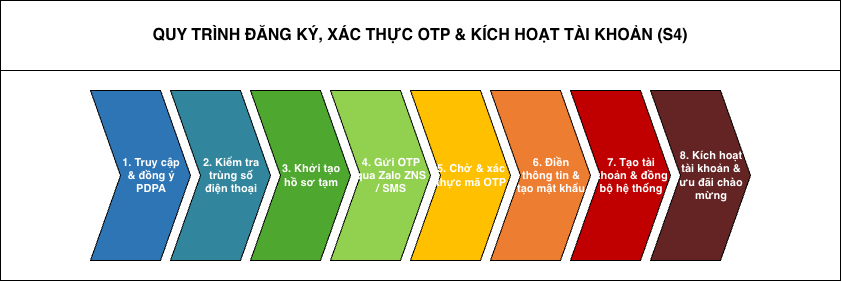
Above: docs/workspaces/NguyenCongHung/svg/bpmn-chevron-s4.drawio.png in anthinh-io/bpm-acfc-vietnam-analysis (draw.io), before the change. Source tidied: cells renumbered, new cells last; positions are measured from the earlier drawing's top-left corner, leaving out a move shared by most shapes.
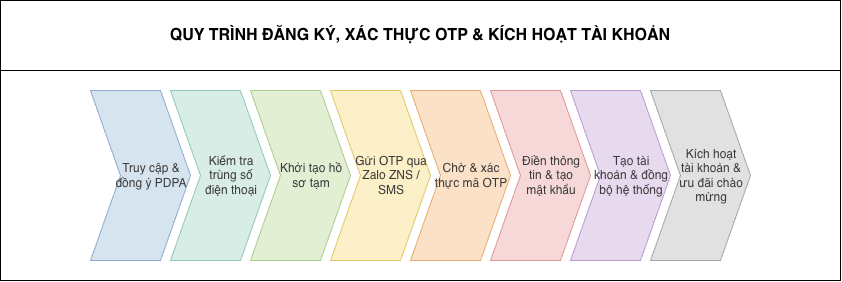
The same file after the commit.

The edit, as a diff of the source:
```diff
@@ -2,34 +2,34 @@
   <root>
     <mxCell id="0" />
     <mxCell id="1" parent="0" />
-    <mxCell id="2" value="QUY TRÌNH ĐĂNG KÝ, XÁC THỰC OTP &amp; KÍCH HOẠT TÀI KHOẢN (S4)" style="rounded=0;whiteSpace=wrap;html=1;align=center;verticalAlign=middle;fontSize=16;fontStyle=1;fontColor=#000000;" parent="1" vertex="1">
+    <mxCell id="2" value="QUY TRÌNH ĐĂNG KÝ, XÁC THỰC OTP &amp; KÍCH HOẠT TÀI KHOẢN" style="rounded=0;whiteSpace=wrap;html=1;align=center;verticalAlign=middle;fontSize=16;fontStyle=1;fontColor=#000000;" parent="1" vertex="1">
       <mxGeometry width="840" height="70" as="geometry" />
     </mxCell>
     <mxCell id="3" style="rounded=0;whiteSpace=wrap;html=1;" parent="1" vertex="1">
       <mxGeometry y="70" width="840" height="210" as="geometry" />
     </mxCell>
-    <mxCell id="4" value="1. Truy cập&lt;br&gt;&amp; đồng ý&lt;br&gt;PDPA" style="html=1;shadow=0;dashed=0;align=center;verticalAlign=middle;shape=mxgraph.arrows2.arrow;dy=0;dx=30;notch=30;whiteSpace=wrap;spacingLeft=22;fillColor=#2E75B6;strokeColor=#000000;fontColor=#ffffff;fontSize=11;fontStyle=1;" parent="1" vertex="1">
+    <mxCell id="4" value="Truy cập &amp;&lt;br&gt;đồng ý PDPA" style="html=1;shadow=0;dashed=0;align=center;verticalAlign=middle;shape=mxgraph.arrows2.arrow;dy=0;dx=30;notch=30;whiteSpace=wrap;spacingLeft=22;fillColor=#D6E4F0;strokeColor=#8FAAD1;fontColor=#3B3B3B;fontSize=12;fontStyle=0;" parent="1" vertex="1">
       <mxGeometry x="90" y="90" width="100" height="170" as="geometry" />
     </mxCell>
-    <mxCell id="5" value="2. Kiểm tra&lt;br&gt;trùng số&lt;br&gt;điện thoại" style="html=1;shadow=0;dashed=0;align=center;verticalAlign=middle;shape=mxgraph.arrows2.arrow;dy=0;dx=30;notch=30;whiteSpace=wrap;spacingLeft=22;fillColor=#31859C;strokeColor=#000000;fontColor=#ffffff;fontSize=11;fontStyle=1;" parent="1" vertex="1">
+    <mxCell id="5" value="Kiểm tra&lt;br&gt;trùng số&lt;br&gt;điện thoại" style="html=1;shadow=0;dashed=0;align=center;verticalAlign=middle;shape=mxgraph.arrows2.arrow;dy=0;dx=30;notch=30;whiteSpace=wrap;spacingLeft=22;fillColor=#D7EDE6;strokeColor=#8FCBB8;fontColor=#3B3B3B;fontSize=12;fontStyle=0;" parent="1" vertex="1">
       <mxGeometry x="170" y="90" width="100" height="170" as="geometry" />
     </mxCell>
-    <mxCell id="6" value="3. Khởi tạo&lt;br&gt;hồ sơ tạm" style="html=1;shadow=0;dashed=0;align=center;verticalAlign=middle;shape=mxgraph.arrows2.arrow;dy=0;dx=30;notch=30;whiteSpace=wrap;spacingLeft=22;fillColor=#4EA72E;strokeColor=#000000;fontColor=#ffffff;fontSize=11;fontStyle=1;" parent="1" vertex="1">
+    <mxCell id="6" value="Khởi tạo hồ&lt;br&gt;sơ tạm" style="html=1;shadow=0;dashed=0;align=center;verticalAlign=middle;shape=mxgraph.arrows2.arrow;dy=0;dx=30;notch=30;whiteSpace=wrap;spacingLeft=22;fillColor=#E3EFD3;strokeColor=#A9CC8F;fontColor=#3B3B3B;fontSize=12;fontStyle=0;" parent="1" vertex="1">
       <mxGeometry x="250" y="90" width="100" height="170" as="geometry" />
     </mxCell>
-    <mxCell id="7" value="4. Gửi OTP&lt;br&gt;qua Zalo ZNS&lt;br&gt;/ SMS" style="html=1;shadow=0;dashed=0;align=center;verticalAlign=middle;shape=mxgraph.arrows2.arrow;dy=0;dx=30;notch=30;whiteSpace=wrap;spacingLeft=22;fillColor=#92D050;strokeColor=#000000;fontColor=#ffffff;fontSize=11;fontStyle=1;" parent="1" vertex="1">
+    <mxCell id="7" value="Gửi OTP qua&lt;br&gt;Zalo ZNS /&lt;br&gt;SMS" style="html=1;shadow=0;dashed=0;align=center;verticalAlign=middle;shape=mxgraph.arrows2.arrow;dy=0;dx=30;notch=30;whiteSpace=wrap;spacingLeft=22;fillColor=#FBF0C7;strokeColor=#E2C766;fontColor=#3B3B3B;fontSize=12;fontStyle=0;" parent="1" vertex="1">
       <mxGeometry x="330" y="90" width="100" height="170" as="geometry" />
     </mxCell>
-    <mxCell id="8" value="5. Chờ &amp; xác&lt;br&gt;thực mã OTP" style="html=1;shadow=0;dashed=0;align=center;verticalAlign=middle;shape=mxgraph.arrows2.arrow;dy=0;dx=30;notch=30;whiteSpace=wrap;spacingLeft=22;fillColor=#FFC000;strokeColor=#000000;fontColor=#ffffff;fontSize=11;fontStyle=1;" parent="1" vertex="1">
+    <mxCell id="8" value="Chờ &amp; xác&lt;br&gt;thực mã OTP" style="html=1;shadow=0;dashed=0;align=center;verticalAlign=middle;shape=mxgraph.arrows2.arrow;dy=0;dx=30;notch=30;whiteSpace=wrap;spacingLeft=22;fillColor=#FBE1C7;strokeColor=#E6AD70;fontColor=#3B3B3B;fontSize=12;fontStyle=0;" parent="1" vertex="1">
       <mxGeometry x="410" y="90" width="100" height="170" as="geometry" />
     </mxCell>
-    <mxCell id="9" value="6. Điền&lt;br&gt;thông tin &amp;&lt;br&gt;tạo mật khẩu" style="html=1;shadow=0;dashed=0;align=center;verticalAlign=middle;shape=mxgraph.arrows2.arrow;dy=0;dx=30;notch=30;whiteSpace=wrap;spacingLeft=22;fillColor=#ED7D31;strokeColor=#000000;fontColor=#ffffff;fontSize=11;fontStyle=1;" parent="1" vertex="1">
+    <mxCell id="9" value="Điền thông&lt;br&gt;tin &amp; tạo&lt;br&gt;mật khẩu" style="html=1;shadow=0;dashed=0;align=center;verticalAlign=middle;shape=mxgraph.arrows2.arrow;dy=0;dx=30;notch=30;whiteSpace=wrap;spacingLeft=22;fillColor=#F6D8D8;strokeColor=#DE9797;fontColor=#3B3B3B;fontSize=12;fontStyle=0;" parent="1" vertex="1">
       <mxGeometry x="490" y="90" width="100" height="170" as="geometry" />
     </mxCell>
-    <mxCell id="10" value="7. Tạo tài&lt;br&gt;khoản &amp; đồng&lt;br&gt;bộ hệ thống" style="html=1;shadow=0;dashed=0;align=center;verticalAlign=middle;shape=mxgraph.arrows2.arrow;dy=0;dx=30;notch=30;whiteSpace=wrap;spacingLeft=22;fillColor=#C00000;strokeColor=#000000;fontColor=#ffffff;fontSize=11;fontStyle=1;" parent="1" vertex="1">
+    <mxCell id="10" value="Tạo tài&lt;br&gt;khoản &amp; đồng&lt;br&gt;bộ hệ thống" style="html=1;shadow=0;dashed=0;align=center;verticalAlign=middle;shape=mxgraph.arrows2.arrow;dy=0;dx=30;notch=30;whiteSpace=wrap;spacingLeft=22;fillColor=#E7DAEF;strokeColor=#B99BD1;fontColor=#3B3B3B;fontSize=12;fontStyle=0;" parent="1" vertex="1">
       <mxGeometry x="570" y="90" width="100" height="170" as="geometry" />
     </mxCell>
-    <mxCell id="11" value="8. Kích hoạt&lt;br&gt;tài khoản &amp;&lt;br&gt;ưu đãi chào&lt;br&gt;mừng" style="html=1;shadow=0;dashed=0;align=center;verticalAlign=middle;shape=mxgraph.arrows2.arrow;dy=0;dx=30;notch=30;whiteSpace=wrap;spacingLeft=22;fillColor=#632423;strokeColor=#000000;fontColor=#ffffff;fontSize=11;fontStyle=1;" parent="1" vertex="1">
+    <mxCell id="11" value="Kích hoạt&lt;br&gt;tài khoản &amp;&lt;br&gt;ưu đãi chào&lt;br&gt;mừng" style="html=1;shadow=0;dashed=0;align=center;verticalAlign=middle;shape=mxgraph.arrows2.arrow;dy=0;dx=30;notch=30;whiteSpace=wrap;spacingLeft=22;fillColor=#E1E1E1;strokeColor=#A6A6A6;fontColor=#3B3B3B;fontSize=12;fontStyle=0;" parent="1" vertex="1">
       <mxGeometry x="650" y="90" width="100" height="170" as="geometry" />
     </mxCell>
   </root>
```
